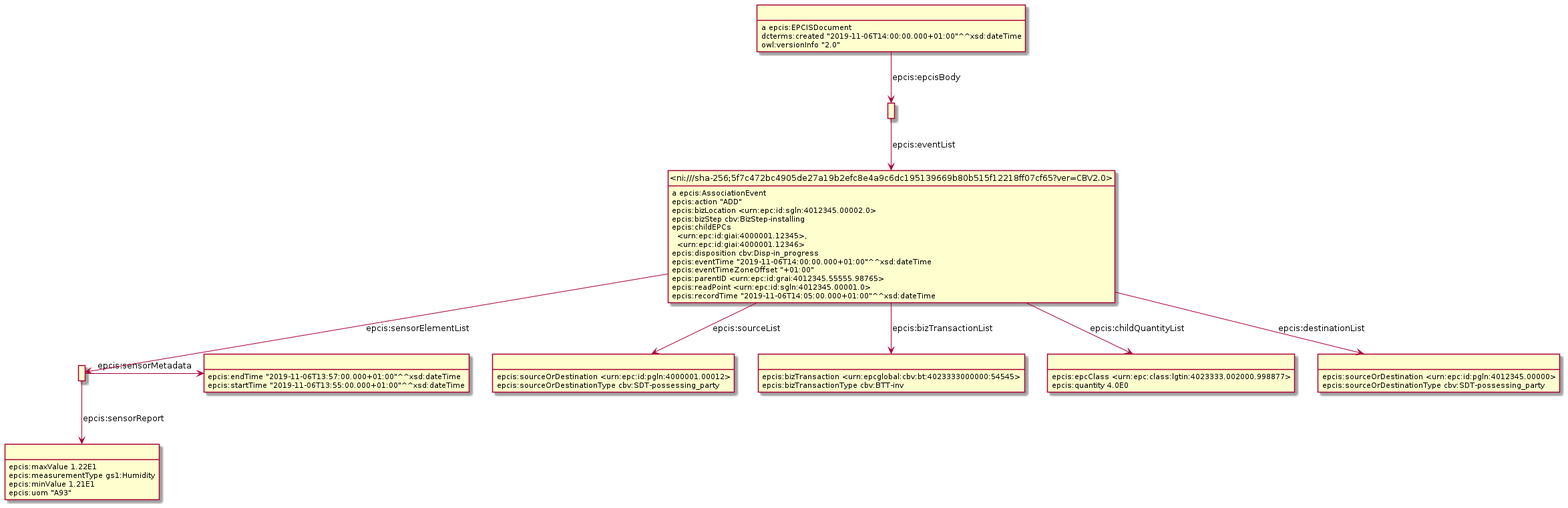
The PlantUML diagram Diagrams/AssociationEvent/AssociationEvent-f.png in gs1/EPCIS, before a commit.
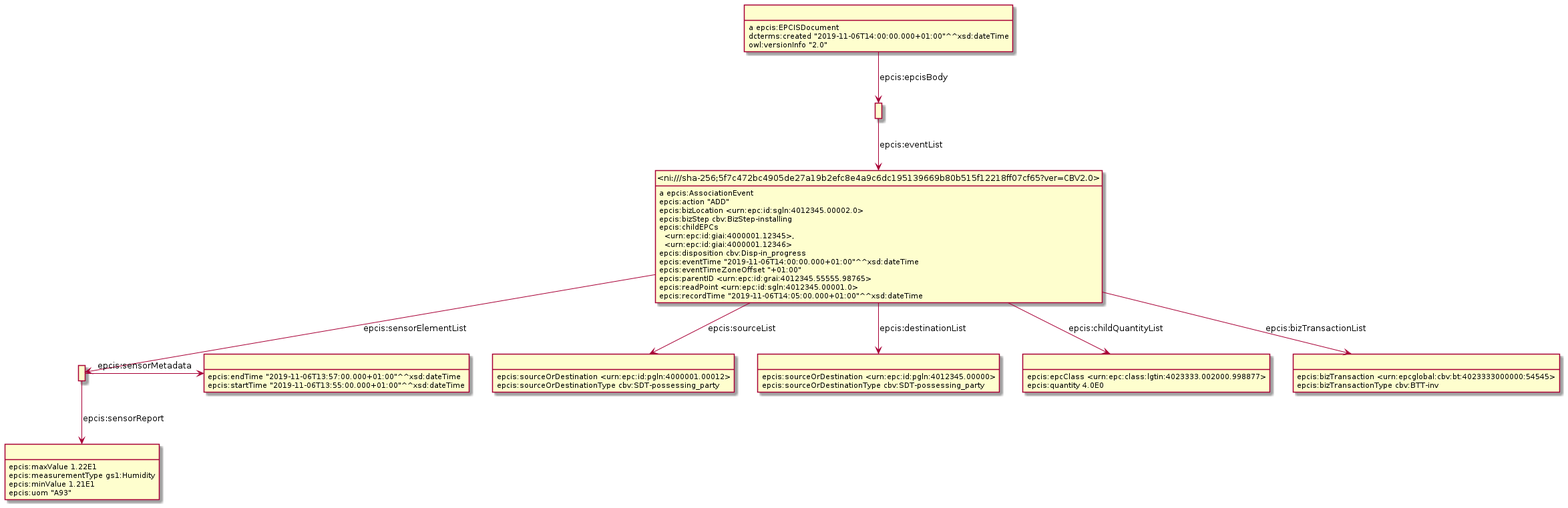
Later version of the same file.

What changed in the source:
```diff
@@ -3,28 +3,18 @@
 hide empty attributes
 hide circle
 skinparam classAttributeIconSize 0
-class _r1631887152r6_ as " "
-_r1631887152r6_ : epcis:sourceOrDestination <urn:epc:id:pgln:4000001.00012>
-_r1631887152r6_ : epcis:sourceOrDestinationType cbv:SDT-possessing_party
-class _r1631887152r0_ as " "
-_r1631887152r0_ : epcis:bizTransaction <urn:epcglobal:cbv:bt:4023333000000:54545>
-_r1631887152r0_ : epcis:bizTransactionType cbv:BTT-inv
-class _r1631887152r3_ as " "
-class _r1631887152r4_ as " "
-_r1631887152r3_ -right-> _r1631887152r4_ : epcis:sensorMetadata
-class _r1631887152r5_ as " "
-_r1631887152r3_ -down-> _r1631887152r5_ : epcis:sensorReport
-_r1631887152r4_ : epcis:endTime "2019-11-06T13:57:00.000+01:00"^^xsd:dateTime
-_r1631887152r4_ : epcis:startTime "2019-11-06T13:55:00.000+01:00"^^xsd:dateTime
 class _ni_sha_256_5f7c472bc4905de27a19b2efc8e4a9c6dc195139669b80b515f12218ff07cf65_ver_CBV2_0_ as "<ni:///sha-256;5f7c472bc4905de27a19b2efc8e4a9c6dc195139669b80b515f12218ff07cf65?ver=CBV2.0>"
 _ni_sha_256_5f7c472bc4905de27a19b2efc8e4a9c6dc195139669b80b515f12218ff07cf65_ver_CBV2_0_ : a epcis:AssociationEvent
-_ni_sha_256_5f7c472bc4905de27a19b2efc8e4a9c6dc195139669b80b515f12218ff07cf65_ver_CBV2_0_ -down-> _r1631887152r0_ : epcis:bizTransactionList
-_ni_sha_256_5f7c472bc4905de27a19b2efc8e4a9c6dc195139669b80b515f12218ff07cf65_ver_CBV2_0_ -down-> _r1631887152r6_ : epcis:sourceList
-_ni_sha_256_5f7c472bc4905de27a19b2efc8e4a9c6dc195139669b80b515f12218ff07cf65_ver_CBV2_0_ -down-> _r1631887152r3_ : epcis:sensorElementList
-class _r1631887152r1_ as " "
-_ni_sha_256_5f7c472bc4905de27a19b2efc8e4a9c6dc195139669b80b515f12218ff07cf65_ver_CBV2_0_ -down-> _r1631887152r1_ : epcis:childQuantityList
-class _r1631887152r2_ as " "
-_ni_sha_256_5f7c472bc4905de27a19b2efc8e4a9c6dc195139669b80b515f12218ff07cf65_ver_CBV2_0_ -down-> _r1631887152r2_ : epcis:destinationList
+class _r1631889728r6_ as " "
+_ni_sha_256_5f7c472bc4905de27a19b2efc8e4a9c6dc195139669b80b515f12218ff07cf65_ver_CBV2_0_ -down-> _r1631889728r6_ : epcis:sourceList
+class _r1631889728r2_ as " "
+_ni_sha_256_5f7c472bc4905de27a19b2efc8e4a9c6dc195139669b80b515f12218ff07cf65_ver_CBV2_0_ -down-> _r1631889728r2_ : epcis:destinationList
+class _r1631889728r1_ as " "
+_ni_sha_256_5f7c472bc4905de27a19b2efc8e4a9c6dc195139669b80b515f12218ff07cf65_ver_CBV2_0_ -down-> _r1631889728r1_ : epcis:childQuantityList
+class _r1631889728r3_ as " "
+_ni_sha_256_5f7c472bc4905de27a19b2efc8e4a9c6dc195139669b80b515f12218ff07cf65_ver_CBV2_0_ -down-> _r1631889728r3_ : epcis:sensorElementList
+class _r1631889728r0_ as " "
+_ni_sha_256_5f7c472bc4905de27a19b2efc8e4a9c6dc195139669b80b515f12218ff07cf65_ver_CBV2_0_ -down-> _r1631889728r0_ : epcis:bizTransactionList
 _ni_sha_256_5f7c472bc4905de27a19b2efc8e4a9c6dc195139669b80b515f12218ff07cf65_ver_CBV2_0_ : epcis:action "ADD"
 _ni_sha_256_5f7c472bc4905de27a19b2efc8e4a9c6dc195139669b80b515f12218ff07cf65_ver_CBV2_0_ : epcis:bizLocation <urn:epc:id:sgln:4012345.00002.0>
 _ni_sha_256_5f7c472bc4905de27a19b2efc8e4a9c6dc195139669b80b515f12218ff07cf65_ver_CBV2_0_ : epcis:bizStep cbv:BizStep-installing
@@ -35,19 +25,29 @@
 _ni_sha_256_5f7c472bc4905de27a19b2efc8e4a9c6dc195139669b80b515f12218ff07cf65_ver_CBV2_0_ : epcis:parentID <urn:epc:id:grai:4012345.55555.98765>
 _ni_sha_256_5f7c472bc4905de27a19b2efc8e4a9c6dc195139669b80b515f12218ff07cf65_ver_CBV2_0_ : epcis:readPoint <urn:epc:id:sgln:4012345.00001.0>
 _ni_sha_256_5f7c472bc4905de27a19b2efc8e4a9c6dc195139669b80b515f12218ff07cf65_ver_CBV2_0_ : epcis:recordTime "2019-11-06T14:05:00.000+01:00"^^xsd:dateTime
-_r1631887152r5_ : epcis:maxValue 1.22E1
-_r1631887152r5_ : epcis:measurementType gs1:Humidity
-_r1631887152r5_ : epcis:minValue 1.21E1
-_r1631887152r5_ : epcis:uom "A93"
-_r1631887152r2_ : epcis:sourceOrDestination <urn:epc:id:pgln:4012345.00000>
-_r1631887152r2_ : epcis:sourceOrDestinationType cbv:SDT-possessing_party
-_r1631887152r1_ : epcis:epcClass <urn:epc:class:lgtin:4023333.002000.998877>
-_r1631887152r1_ : epcis:quantity 4.0E0
-class _r1631887152r7_ as " "
-_r1631887152r7_ : a epcis:EPCISDocument
-class _r1631887152r8_ as " "
-_r1631887152r7_ -down-> _r1631887152r8_ : epcis:epcisBody
-_r1631887152r7_ : dcterms:created "2019-11-06T14:00:00.000+01:00"^^xsd:dateTime
-_r1631887152r7_ : owl:versionInfo "2.0"
-_r1631887152r8_ -down-> _ni_sha_256_5f7c472bc4905de27a19b2efc8e4a9c6dc195139669b80b515f12218ff07cf65_ver_CBV2_0_ : epcis:eventList
+class _r1631889728r8_ as " "
+_r1631889728r8_ -down-> _ni_sha_256_5f7c472bc4905de27a19b2efc8e4a9c6dc195139669b80b515f12218ff07cf65_ver_CBV2_0_ : epcis:eventList
+class _r1631889728r4_ as " "
+_r1631889728r4_ : epcis:endTime "2019-11-06T13:57:00.000+01:00"^^xsd:dateTime
+_r1631889728r4_ : epcis:startTime "2019-11-06T13:55:00.000+01:00"^^xsd:dateTime
+_r1631889728r3_ -right-> _r1631889728r4_ : epcis:sensorMetadata
+class _r1631889728r5_ as " "
+_r1631889728r3_ -down-> _r1631889728r5_ : epcis:sensorReport
+_r1631889728r0_ : epcis:bizTransaction <urn:epcglobal:cbv:bt:4023333000000:54545>
+_r1631889728r0_ : epcis:bizTransactionType cbv:BTT-inv
+_r1631889728r5_ : epcis:maxValue 1.22E1
+_r1631889728r5_ : epcis:measurementType gs1:Humidity
+_r1631889728r5_ : epcis:minValue 1.21E1
+_r1631889728r5_ : epcis:uom "A93"
+class _r1631889728r7_ as " "
+_r1631889728r7_ : a epcis:EPCISDocument
+_r1631889728r7_ -down-> _r1631889728r8_ : epcis:epcisBody
+_r1631889728r7_ : dcterms:created "2019-11-06T14:00:00.000+01:00"^^xsd:dateTime
+_r1631889728r7_ : owl:versionInfo "2.0"
+_r1631889728r6_ : epcis:sourceOrDestination <urn:epc:id:pgln:4000001.00012>
+_r1631889728r6_ : epcis:sourceOrDestinationType cbv:SDT-possessing_party
+_r1631889728r2_ : epcis:sourceOrDestination <urn:epc:id:pgln:4012345.00000>
+_r1631889728r2_ : epcis:sourceOrDestinationType cbv:SDT-possessing_party
+_r1631889728r1_ : epcis:epcClass <urn:epc:class:lgtin:4023333.002000.998877>
+_r1631889728r1_ : epcis:quantity 4.0E0
 @enduml
```
